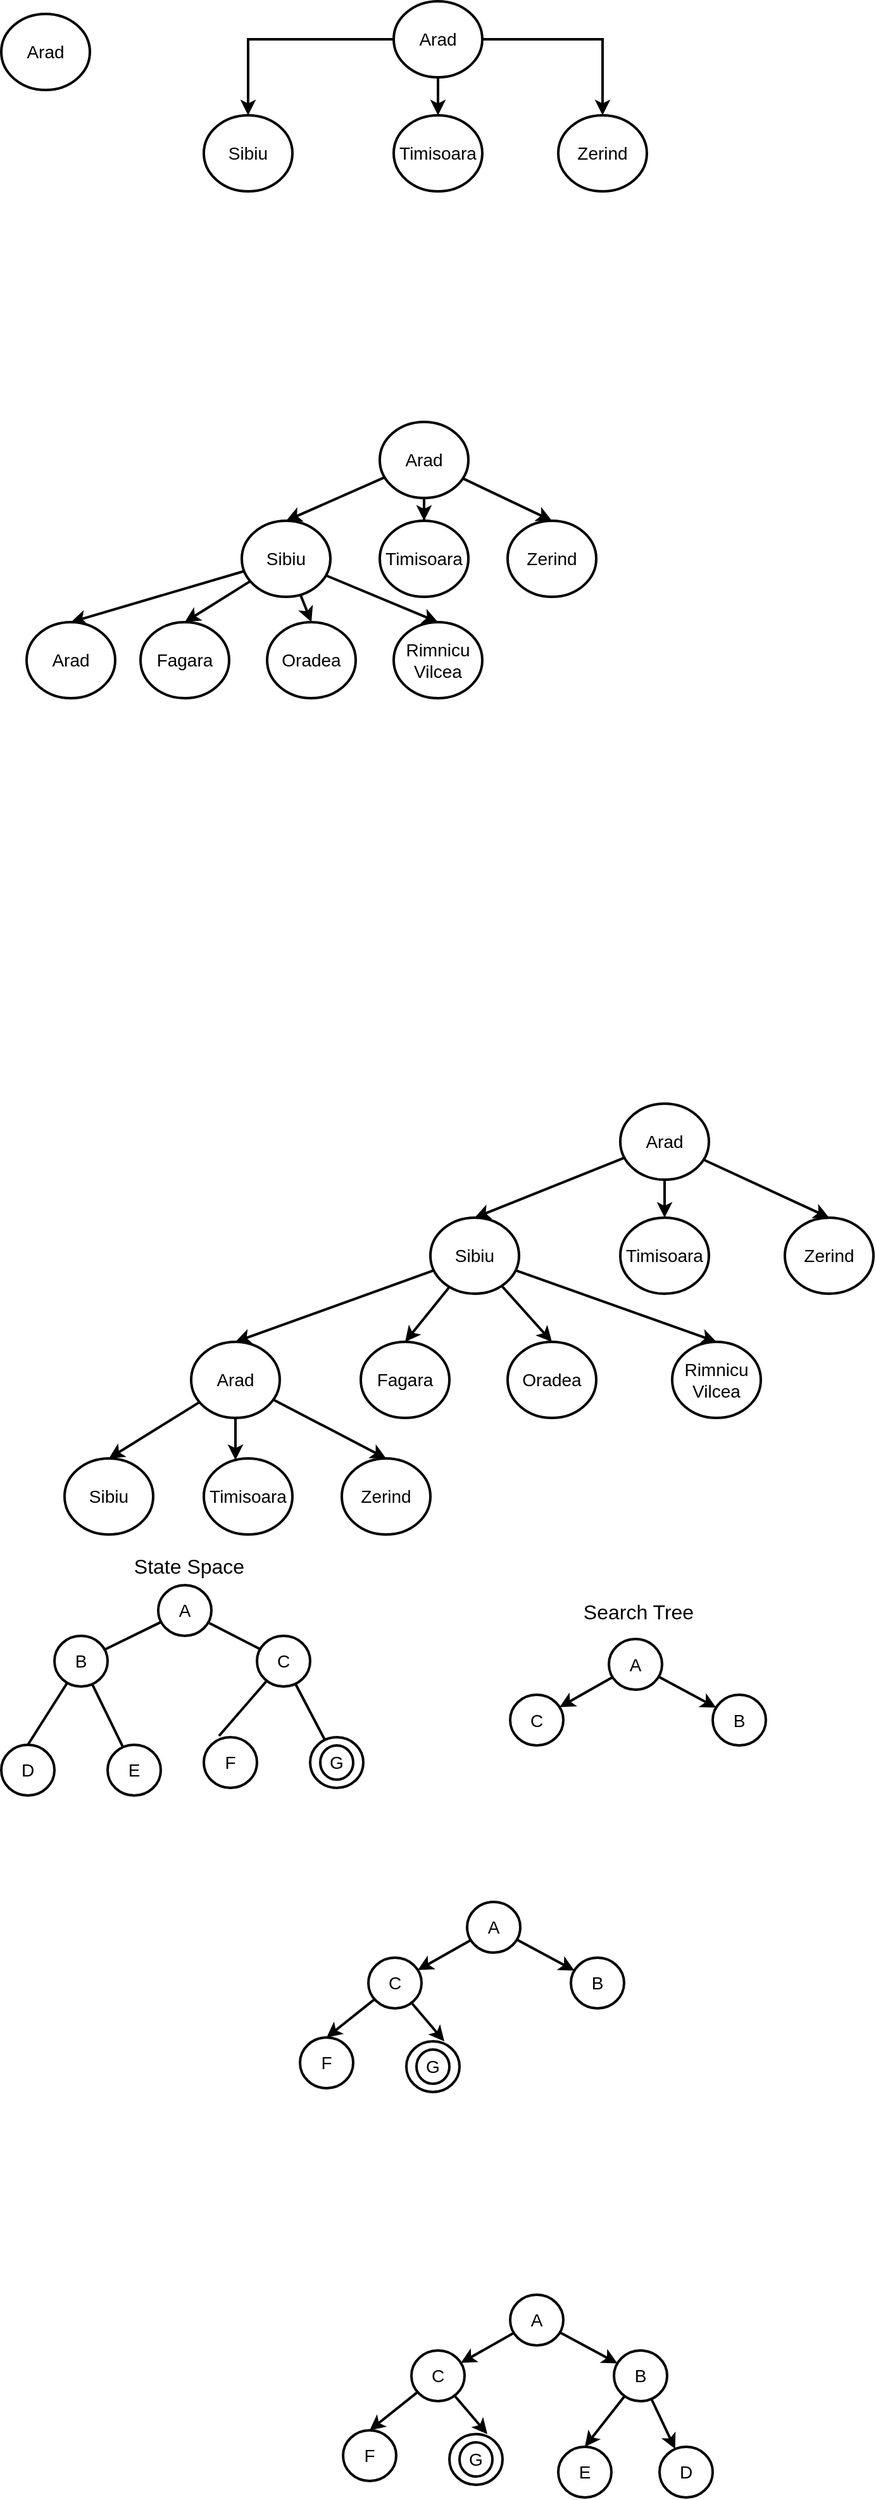
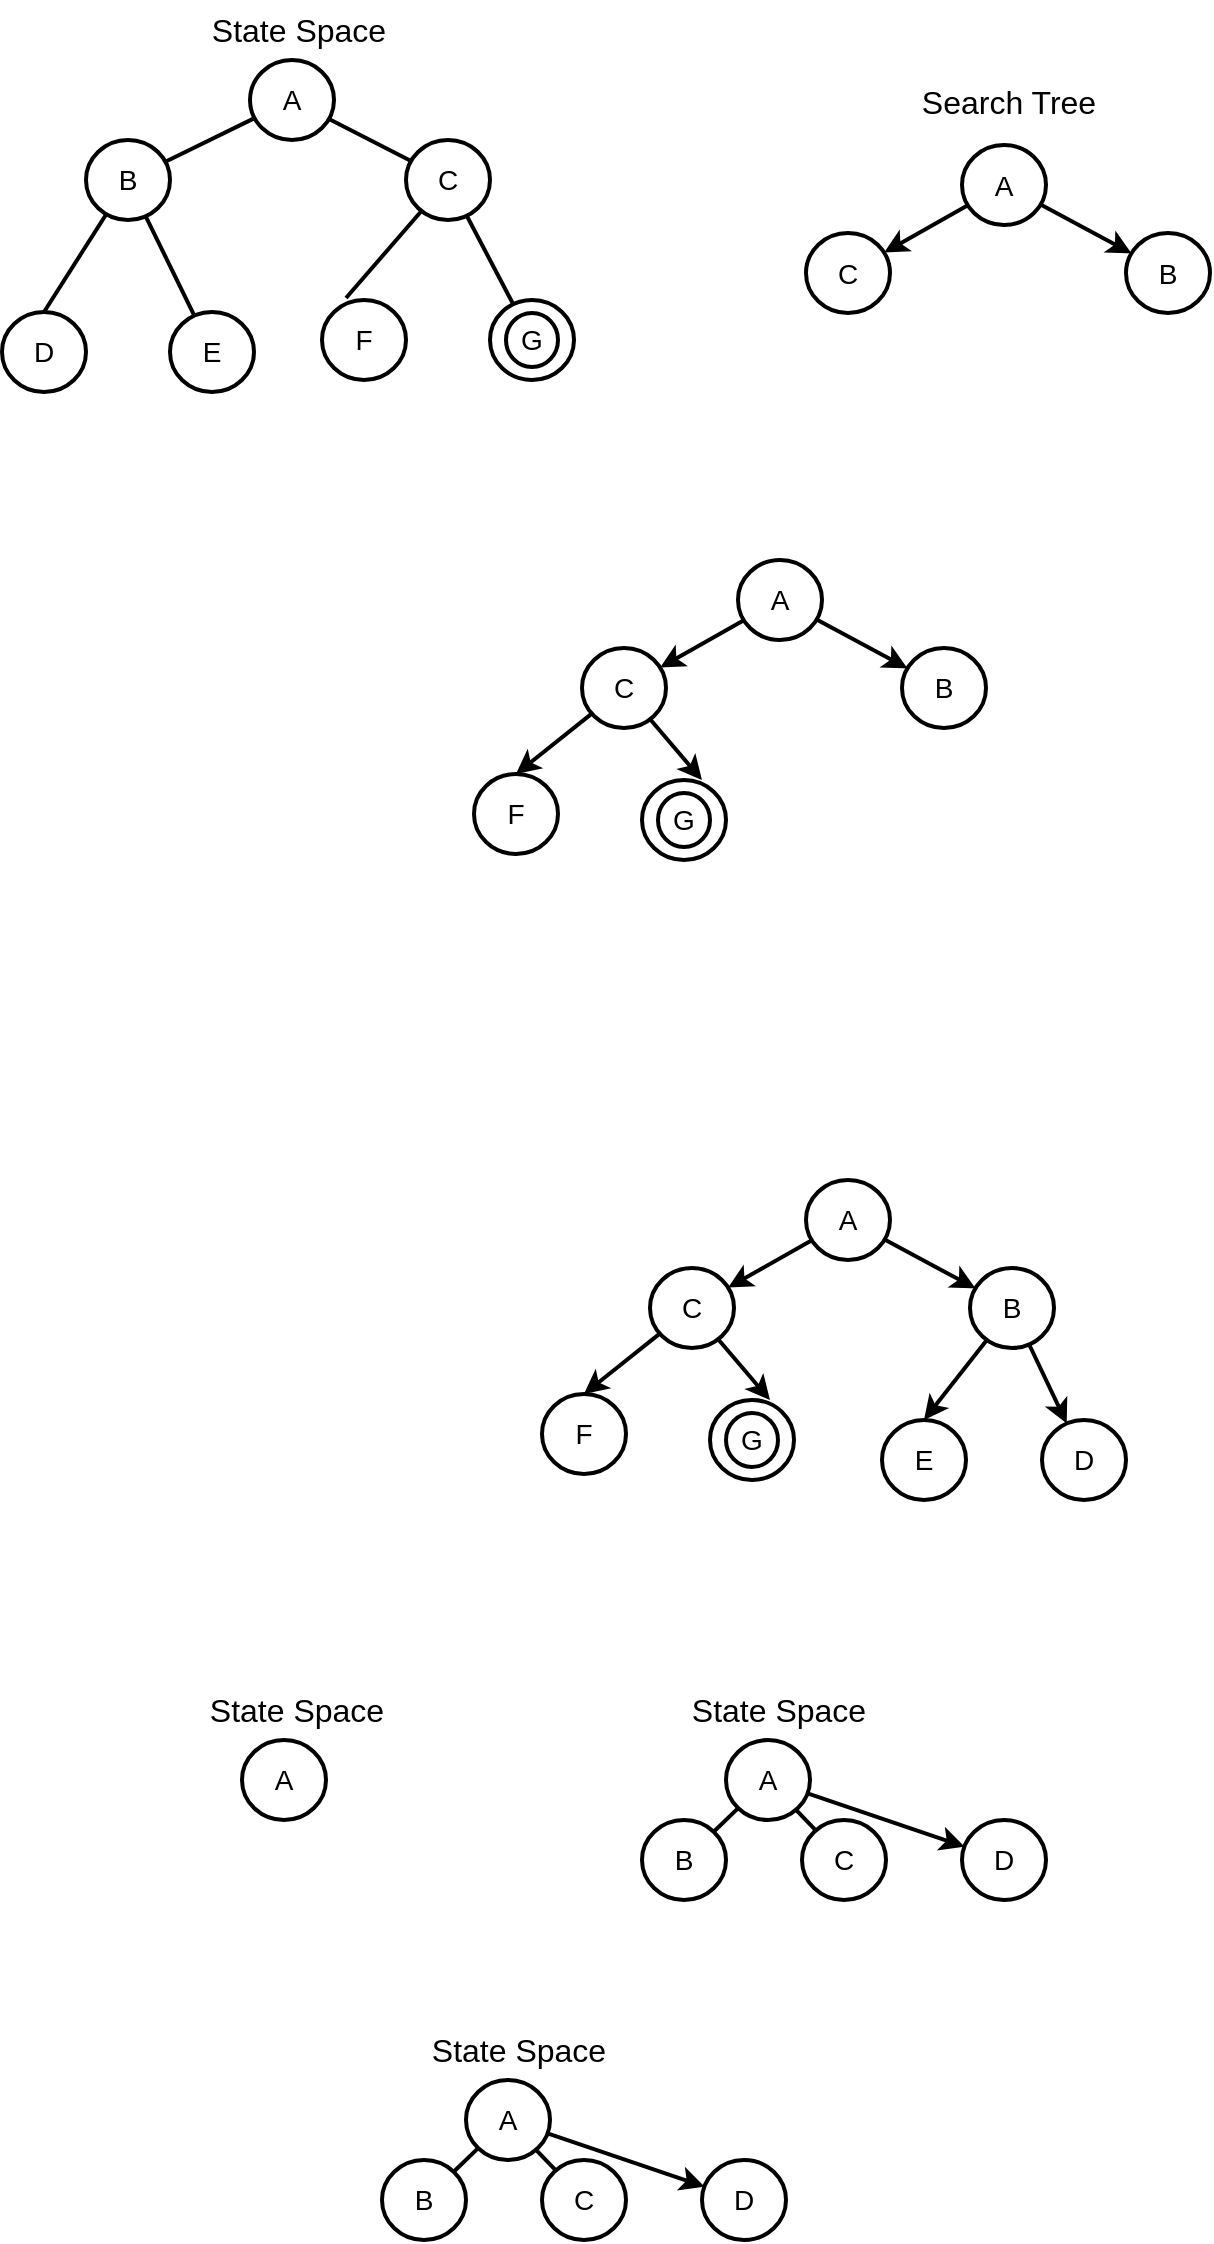
<mxfile host="app.diagrams.net">
  <diagram name="Page-1" id="BSzVWueWxRZ0f2yqvMc-">
-     <mxGraphModel dx="525" dy="281" grid="1" gridSize="10" guides="0" tooltips="1" connect="1" arrows="1" fold="1" page="1" pageScale="1" pageWidth="850" pageHeight="1100" math="0" shadow="0">
+     <mxGraphModel dx="525" dy="-819" grid="1" gridSize="10" guides="0" tooltips="1" connect="1" arrows="1" fold="1" page="1" pageScale="1" pageWidth="850" pageHeight="1100" math="0" shadow="0">
      <root>
        <mxCell id="0" />
        <mxCell id="1" parent="0" />
-         <mxCell id="DJkdPokyCSNuBn839fvl-1" parent="1" style="ellipse;whiteSpace=wrap;html=1;strokeWidth=2;fontSize=14;" value="Arad" vertex="1">
-           <mxGeometry height="60" width="70" x="80" y="40" as="geometry" />
-         </mxCell>
-         <mxCell id="DJkdPokyCSNuBn839fvl-6" edge="1" parent="1" source="DJkdPokyCSNuBn839fvl-2" style="edgeStyle=orthogonalEdgeStyle;rounded=0;orthogonalLoop=1;jettySize=auto;html=1;entryX=0.5;entryY=0;entryDx=0;entryDy=0;strokeWidth=2;" target="DJkdPokyCSNuBn839fvl-3">
-           <mxGeometry relative="1" as="geometry" />
-         </mxCell>
-         <mxCell id="DJkdPokyCSNuBn839fvl-7" edge="1" parent="1" source="DJkdPokyCSNuBn839fvl-2" style="edgeStyle=orthogonalEdgeStyle;rounded=0;orthogonalLoop=1;jettySize=auto;html=1;strokeWidth=2;" target="DJkdPokyCSNuBn839fvl-4" value="">
-           <mxGeometry relative="1" as="geometry" />
-         </mxCell>
-         <mxCell id="DJkdPokyCSNuBn839fvl-8" edge="1" parent="1" source="DJkdPokyCSNuBn839fvl-2" style="edgeStyle=orthogonalEdgeStyle;rounded=0;orthogonalLoop=1;jettySize=auto;html=1;entryX=0.5;entryY=0;entryDx=0;entryDy=0;strokeWidth=2;" target="DJkdPokyCSNuBn839fvl-5">
-           <mxGeometry relative="1" as="geometry" />
-         </mxCell>
-         <mxCell id="DJkdPokyCSNuBn839fvl-2" parent="1" style="ellipse;whiteSpace=wrap;html=1;strokeWidth=2;fontSize=14;" value="Arad" vertex="1">
-           <mxGeometry height="60" width="70" x="390" y="30" as="geometry" />
-         </mxCell>
-         <mxCell id="DJkdPokyCSNuBn839fvl-3" parent="1" style="ellipse;whiteSpace=wrap;html=1;strokeWidth=2;fontSize=14;" value="Sibiu" vertex="1">
-           <mxGeometry height="60" width="70" x="240" y="120" as="geometry" />
-         </mxCell>
-         <mxCell id="DJkdPokyCSNuBn839fvl-4" parent="1" style="ellipse;whiteSpace=wrap;html=1;strokeWidth=2;fontSize=14;" value="Timisoara" vertex="1">
-           <mxGeometry height="60" width="70" x="390" y="120" as="geometry" />
-         </mxCell>
-         <mxCell id="DJkdPokyCSNuBn839fvl-5" parent="1" style="ellipse;whiteSpace=wrap;html=1;strokeWidth=2;fontSize=14;" value="Zerind" vertex="1">
-           <mxGeometry height="60" width="70" x="520" y="120" as="geometry" />
-         </mxCell>
-         <mxCell id="DJkdPokyCSNuBn839fvl-9" edge="1" parent="1" source="DJkdPokyCSNuBn839fvl-12" style="rounded=0;orthogonalLoop=1;jettySize=auto;html=1;entryX=0.5;entryY=0;entryDx=0;entryDy=0;strokeWidth=2;" target="DJkdPokyCSNuBn839fvl-13">
-           <mxGeometry relative="1" as="geometry" />
-         </mxCell>
-         <mxCell id="DJkdPokyCSNuBn839fvl-10" edge="1" parent="1" source="DJkdPokyCSNuBn839fvl-12" style="edgeStyle=orthogonalEdgeStyle;rounded=0;orthogonalLoop=1;jettySize=auto;html=1;strokeWidth=2;" target="DJkdPokyCSNuBn839fvl-14" value="">
-           <mxGeometry relative="1" as="geometry" />
-         </mxCell>
-         <mxCell id="DJkdPokyCSNuBn839fvl-11" edge="1" parent="1" source="DJkdPokyCSNuBn839fvl-12" style="rounded=0;orthogonalLoop=1;jettySize=auto;html=1;entryX=0.5;entryY=0;entryDx=0;entryDy=0;strokeWidth=2;" target="DJkdPokyCSNuBn839fvl-15">
-           <mxGeometry relative="1" as="geometry" />
-         </mxCell>
-         <mxCell id="DJkdPokyCSNuBn839fvl-12" parent="1" style="ellipse;whiteSpace=wrap;html=1;strokeWidth=2;fontSize=14;" value="Arad" vertex="1">
-           <mxGeometry height="60" width="70" x="379" y="362" as="geometry" />
-         </mxCell>
-         <mxCell id="DJkdPokyCSNuBn839fvl-20" edge="1" parent="1" source="DJkdPokyCSNuBn839fvl-13" style="rounded=0;orthogonalLoop=1;jettySize=auto;html=1;entryX=0.5;entryY=0;entryDx=0;entryDy=0;strokeWidth=2;" target="DJkdPokyCSNuBn839fvl-16">
-           <mxGeometry relative="1" as="geometry" />
-         </mxCell>
-         <mxCell id="DJkdPokyCSNuBn839fvl-22" edge="1" parent="1" source="DJkdPokyCSNuBn839fvl-13" style="rounded=0;orthogonalLoop=1;jettySize=auto;html=1;entryX=0.5;entryY=0;entryDx=0;entryDy=0;strokeWidth=2;" target="DJkdPokyCSNuBn839fvl-17">
-           <mxGeometry relative="1" as="geometry" />
-         </mxCell>
-         <mxCell id="DJkdPokyCSNuBn839fvl-25" edge="1" parent="1" source="DJkdPokyCSNuBn839fvl-13" style="rounded=0;orthogonalLoop=1;jettySize=auto;html=1;entryX=0.5;entryY=0;entryDx=0;entryDy=0;strokeWidth=2;" target="DJkdPokyCSNuBn839fvl-19">
-           <mxGeometry relative="1" as="geometry" />
-         </mxCell>
-         <mxCell id="DJkdPokyCSNuBn839fvl-26" edge="1" parent="1" source="DJkdPokyCSNuBn839fvl-13" style="rounded=0;orthogonalLoop=1;jettySize=auto;html=1;entryX=0.5;entryY=0;entryDx=0;entryDy=0;strokeWidth=2;" target="DJkdPokyCSNuBn839fvl-18">
-           <mxGeometry relative="1" as="geometry" />
-         </mxCell>
-         <mxCell id="DJkdPokyCSNuBn839fvl-13" parent="1" style="ellipse;whiteSpace=wrap;html=1;strokeWidth=2;fontSize=14;" value="Sibiu" vertex="1">
-           <mxGeometry height="60" width="70" x="270" y="440" as="geometry" />
-         </mxCell>
-         <mxCell id="DJkdPokyCSNuBn839fvl-14" parent="1" style="ellipse;whiteSpace=wrap;html=1;strokeWidth=2;fontSize=14;" value="Timisoara" vertex="1">
-           <mxGeometry height="60" width="70" x="379" y="440" as="geometry" />
-         </mxCell>
-         <mxCell id="DJkdPokyCSNuBn839fvl-15" parent="1" style="ellipse;whiteSpace=wrap;html=1;strokeWidth=2;fontSize=14;" value="Zerind" vertex="1">
-           <mxGeometry height="60" width="70" x="480" y="440" as="geometry" />
-         </mxCell>
-         <mxCell id="DJkdPokyCSNuBn839fvl-16" parent="1" style="ellipse;whiteSpace=wrap;html=1;strokeWidth=2;fontSize=14;" value="Arad" vertex="1">
-           <mxGeometry height="60" width="70" x="100" y="520" as="geometry" />
-         </mxCell>
-         <mxCell id="DJkdPokyCSNuBn839fvl-17" parent="1" style="ellipse;whiteSpace=wrap;html=1;strokeWidth=2;fontSize=14;" value="Fagara" vertex="1">
-           <mxGeometry height="60" width="70" x="190" y="520" as="geometry" />
-         </mxCell>
-         <mxCell id="DJkdPokyCSNuBn839fvl-18" parent="1" style="ellipse;whiteSpace=wrap;html=1;strokeWidth=2;fontSize=14;" value="Oradea" vertex="1">
-           <mxGeometry height="60" width="70" x="290" y="520" as="geometry" />
-         </mxCell>
-         <mxCell id="DJkdPokyCSNuBn839fvl-19" parent="1" style="ellipse;whiteSpace=wrap;html=1;strokeWidth=2;fontSize=14;" value="Rimnicu Vilcea" vertex="1">
-           <mxGeometry height="60" width="70" x="390" y="520" as="geometry" />
-         </mxCell>
-         <mxCell id="DJkdPokyCSNuBn839fvl-27" edge="1" parent="1" source="DJkdPokyCSNuBn839fvl-30" style="rounded=0;orthogonalLoop=1;jettySize=auto;html=1;entryX=0.5;entryY=0;entryDx=0;entryDy=0;strokeWidth=2;" target="DJkdPokyCSNuBn839fvl-35">
-           <mxGeometry relative="1" as="geometry" />
-         </mxCell>
-         <mxCell id="DJkdPokyCSNuBn839fvl-28" edge="1" parent="1" source="DJkdPokyCSNuBn839fvl-30" style="edgeStyle=orthogonalEdgeStyle;rounded=0;orthogonalLoop=1;jettySize=auto;html=1;strokeWidth=2;" target="DJkdPokyCSNuBn839fvl-36" value="">
-           <mxGeometry relative="1" as="geometry" />
-         </mxCell>
-         <mxCell id="DJkdPokyCSNuBn839fvl-29" edge="1" parent="1" source="DJkdPokyCSNuBn839fvl-30" style="rounded=0;orthogonalLoop=1;jettySize=auto;html=1;entryX=0.5;entryY=0;entryDx=0;entryDy=0;strokeWidth=2;" target="DJkdPokyCSNuBn839fvl-37">
-           <mxGeometry relative="1" as="geometry" />
-         </mxCell>
-         <mxCell id="DJkdPokyCSNuBn839fvl-30" parent="1" style="ellipse;whiteSpace=wrap;html=1;strokeWidth=2;fontSize=14;" value="Arad" vertex="1">
-           <mxGeometry height="60" width="70" x="569" y="900" as="geometry" />
-         </mxCell>
-         <mxCell id="DJkdPokyCSNuBn839fvl-31" edge="1" parent="1" source="DJkdPokyCSNuBn839fvl-35" style="rounded=0;orthogonalLoop=1;jettySize=auto;html=1;entryX=0.5;entryY=0;entryDx=0;entryDy=0;strokeWidth=2;" target="DJkdPokyCSNuBn839fvl-38">
-           <mxGeometry relative="1" as="geometry" />
-         </mxCell>
-         <mxCell id="DJkdPokyCSNuBn839fvl-32" edge="1" parent="1" source="DJkdPokyCSNuBn839fvl-35" style="rounded=0;orthogonalLoop=1;jettySize=auto;html=1;entryX=0.5;entryY=0;entryDx=0;entryDy=0;strokeWidth=2;" target="DJkdPokyCSNuBn839fvl-39">
-           <mxGeometry relative="1" as="geometry" />
-         </mxCell>
-         <mxCell id="DJkdPokyCSNuBn839fvl-33" edge="1" parent="1" source="DJkdPokyCSNuBn839fvl-35" style="rounded=0;orthogonalLoop=1;jettySize=auto;html=1;entryX=0.5;entryY=0;entryDx=0;entryDy=0;strokeWidth=2;" target="DJkdPokyCSNuBn839fvl-41">
-           <mxGeometry relative="1" as="geometry" />
-         </mxCell>
-         <mxCell id="DJkdPokyCSNuBn839fvl-34" edge="1" parent="1" source="DJkdPokyCSNuBn839fvl-35" style="rounded=0;orthogonalLoop=1;jettySize=auto;html=1;entryX=0.5;entryY=0;entryDx=0;entryDy=0;strokeWidth=2;" target="DJkdPokyCSNuBn839fvl-40">
-           <mxGeometry relative="1" as="geometry" />
-         </mxCell>
-         <mxCell id="DJkdPokyCSNuBn839fvl-35" parent="1" style="ellipse;whiteSpace=wrap;html=1;strokeWidth=2;fontSize=14;" value="Sibiu" vertex="1">
-           <mxGeometry height="60" width="70" x="419" y="990" as="geometry" />
-         </mxCell>
-         <mxCell id="DJkdPokyCSNuBn839fvl-36" parent="1" style="ellipse;whiteSpace=wrap;html=1;strokeWidth=2;fontSize=14;" value="Timisoara" vertex="1">
-           <mxGeometry height="60" width="70" x="569" y="990" as="geometry" />
-         </mxCell>
-         <mxCell id="DJkdPokyCSNuBn839fvl-37" parent="1" style="ellipse;whiteSpace=wrap;html=1;strokeWidth=2;fontSize=14;" value="Zerind" vertex="1">
-           <mxGeometry height="60" width="70" x="699" y="990" as="geometry" />
-         </mxCell>
-         <mxCell id="DJkdPokyCSNuBn839fvl-45" edge="1" parent="1" source="DJkdPokyCSNuBn839fvl-38" style="rounded=0;orthogonalLoop=1;jettySize=auto;html=1;entryX=0.5;entryY=0;entryDx=0;entryDy=0;strokeWidth=2;" target="DJkdPokyCSNuBn839fvl-42">
-           <mxGeometry relative="1" as="geometry" />
-         </mxCell>
-         <mxCell id="DJkdPokyCSNuBn839fvl-46" edge="1" parent="1" source="DJkdPokyCSNuBn839fvl-38" style="edgeStyle=orthogonalEdgeStyle;rounded=0;orthogonalLoop=1;jettySize=auto;html=1;strokeWidth=2;" target="DJkdPokyCSNuBn839fvl-43" value="">
-           <mxGeometry relative="1" as="geometry">
-             <Array as="points">
-               <mxPoint x="265" y="1190" />
-               <mxPoint x="265" y="1190" />
-             </Array>
-           </mxGeometry>
-         </mxCell>
-         <mxCell id="DJkdPokyCSNuBn839fvl-47" edge="1" parent="1" source="DJkdPokyCSNuBn839fvl-38" style="rounded=0;orthogonalLoop=1;jettySize=auto;html=1;entryX=0.5;entryY=0;entryDx=0;entryDy=0;strokeWidth=2;" target="DJkdPokyCSNuBn839fvl-44">
-           <mxGeometry relative="1" as="geometry" />
-         </mxCell>
-         <mxCell id="DJkdPokyCSNuBn839fvl-38" parent="1" style="ellipse;whiteSpace=wrap;html=1;strokeWidth=2;fontSize=14;" value="Arad" vertex="1">
-           <mxGeometry height="60" width="70" x="230" y="1088" as="geometry" />
-         </mxCell>
-         <mxCell id="DJkdPokyCSNuBn839fvl-39" parent="1" style="ellipse;whiteSpace=wrap;html=1;strokeWidth=2;fontSize=14;" value="Fagara" vertex="1">
-           <mxGeometry height="60" width="70" x="364" y="1088" as="geometry" />
-         </mxCell>
-         <mxCell id="DJkdPokyCSNuBn839fvl-40" parent="1" style="ellipse;whiteSpace=wrap;html=1;strokeWidth=2;fontSize=14;" value="Oradea" vertex="1">
-           <mxGeometry height="60" width="70" x="480" y="1088" as="geometry" />
-         </mxCell>
-         <mxCell id="DJkdPokyCSNuBn839fvl-41" parent="1" style="ellipse;whiteSpace=wrap;html=1;strokeWidth=2;fontSize=14;" value="Rimnicu Vilcea" vertex="1">
-           <mxGeometry height="60" width="70" x="610" y="1088" as="geometry" />
-         </mxCell>
-         <mxCell id="DJkdPokyCSNuBn839fvl-42" parent="1" style="ellipse;whiteSpace=wrap;html=1;strokeWidth=2;fontSize=14;" value="Sibiu" vertex="1">
-           <mxGeometry height="60" width="70" x="130" y="1180" as="geometry" />
-         </mxCell>
-         <mxCell id="DJkdPokyCSNuBn839fvl-43" parent="1" style="ellipse;whiteSpace=wrap;html=1;strokeWidth=2;fontSize=14;" value="Timisoara" vertex="1">
-           <mxGeometry height="60" width="70" x="240" y="1180" as="geometry" />
-         </mxCell>
-         <mxCell id="DJkdPokyCSNuBn839fvl-44" parent="1" style="ellipse;whiteSpace=wrap;html=1;strokeWidth=2;fontSize=14;" value="Zerind" vertex="1">
-           <mxGeometry height="60" width="70" x="349" y="1180" as="geometry" />
-         </mxCell>
        <mxCell id="3aDSpglnKRdrbF7ndWlJ-9" edge="1" parent="1" source="3aDSpglnKRdrbF7ndWlJ-1" style="rounded=0;orthogonalLoop=1;jettySize=auto;html=1;strokeWidth=2;endArrow=none;endFill=0;" target="3aDSpglnKRdrbF7ndWlJ-2" value="">
          <mxGeometry relative="1" as="geometry" />
        </mxCell>
        <mxCell id="3aDSpglnKRdrbF7ndWlJ-10" edge="1" parent="1" source="3aDSpglnKRdrbF7ndWlJ-1" style="rounded=0;orthogonalLoop=1;jettySize=auto;html=1;strokeWidth=2;endArrow=none;endFill=0;" target="3aDSpglnKRdrbF7ndWlJ-3" value="">
          <mxGeometry relative="1" as="geometry" />
        </mxCell>
        <mxCell id="3aDSpglnKRdrbF7ndWlJ-1" parent="1" style="ellipse;whiteSpace=wrap;html=1;strokeWidth=2;fontSize=14;" value="A" vertex="1">
          <mxGeometry height="40" width="42" x="204" y="1280" as="geometry" />
        </mxCell>
        <mxCell id="3aDSpglnKRdrbF7ndWlJ-11" edge="1" parent="1" source="3aDSpglnKRdrbF7ndWlJ-2" style="rounded=0;orthogonalLoop=1;jettySize=auto;html=1;strokeWidth=2;endArrow=none;endFill=0;" target="3aDSpglnKRdrbF7ndWlJ-6" value="">
          <mxGeometry relative="1" as="geometry" />
        </mxCell>
        <mxCell id="3aDSpglnKRdrbF7ndWlJ-13" edge="1" parent="1" source="3aDSpglnKRdrbF7ndWlJ-2" style="rounded=0;orthogonalLoop=1;jettySize=auto;html=1;entryX=0.5;entryY=0;entryDx=0;entryDy=0;strokeWidth=2;endArrow=none;endFill=0;" target="3aDSpglnKRdrbF7ndWlJ-5">
          <mxGeometry relative="1" as="geometry" />
        </mxCell>
        <mxCell id="3aDSpglnKRdrbF7ndWlJ-2" parent="1" style="ellipse;whiteSpace=wrap;html=1;strokeWidth=2;fontSize=14;" value="B" vertex="1">
          <mxGeometry height="40" width="42" x="122" y="1320" as="geometry" />
        </mxCell>
        <mxCell id="3aDSpglnKRdrbF7ndWlJ-14" edge="1" parent="1" source="3aDSpglnKRdrbF7ndWlJ-3" style="rounded=0;orthogonalLoop=1;jettySize=auto;html=1;strokeWidth=2;endArrow=none;endFill=0;" target="3aDSpglnKRdrbF7ndWlJ-7" value="">
          <mxGeometry relative="1" as="geometry" />
        </mxCell>
        <mxCell id="3aDSpglnKRdrbF7ndWlJ-3" parent="1" style="ellipse;whiteSpace=wrap;html=1;strokeWidth=2;fontSize=14;" value="C" vertex="1">
          <mxGeometry height="40" width="42" x="282" y="1320" as="geometry" />
        </mxCell>
        <mxCell id="3aDSpglnKRdrbF7ndWlJ-4" parent="1" style="ellipse;whiteSpace=wrap;html=1;strokeWidth=2;fontSize=14;" value="F" vertex="1">
          <mxGeometry height="40" width="42" x="240" y="1400" as="geometry" />
        </mxCell>
        <mxCell id="3aDSpglnKRdrbF7ndWlJ-5" parent="1" style="ellipse;whiteSpace=wrap;html=1;strokeWidth=2;fontSize=14;" value="D" vertex="1">
          <mxGeometry height="40" width="42" x="80" y="1406" as="geometry" />
        </mxCell>
        <mxCell id="3aDSpglnKRdrbF7ndWlJ-6" parent="1" style="ellipse;whiteSpace=wrap;html=1;strokeWidth=2;fontSize=14;" value="E" vertex="1">
          <mxGeometry height="40" width="42" x="164" y="1406" as="geometry" />
        </mxCell>
        <mxCell id="3aDSpglnKRdrbF7ndWlJ-7" parent="1" style="ellipse;whiteSpace=wrap;html=1;strokeWidth=2;fontSize=14;" value="" vertex="1">
          <mxGeometry height="40" width="42" x="324" y="1400" as="geometry" />
        </mxCell>
        <mxCell id="3aDSpglnKRdrbF7ndWlJ-15" edge="1" parent="1" source="3aDSpglnKRdrbF7ndWlJ-3" style="rounded=0;orthogonalLoop=1;jettySize=auto;html=1;entryX=0.286;entryY=-0.025;entryDx=0;entryDy=0;entryPerimeter=0;strokeWidth=2;endArrow=none;endFill=0;" target="3aDSpglnKRdrbF7ndWlJ-4">
          <mxGeometry relative="1" as="geometry" />
        </mxCell>
        <mxCell id="3aDSpglnKRdrbF7ndWlJ-16" parent="1" style="text;html=1;whiteSpace=wrap;strokeColor=none;fillColor=none;align=center;verticalAlign=middle;rounded=0;fontSize=16;" value="State Space" vertex="1">
          <mxGeometry height="30" width="95" x="181" y="1250" as="geometry" />
        </mxCell>
        <mxCell id="3aDSpglnKRdrbF7ndWlJ-17" parent="1" style="ellipse;whiteSpace=wrap;html=1;strokeWidth=2;fontSize=14;" value="G" vertex="1">
          <mxGeometry height="27" width="26" x="332" y="1406.5" as="geometry" />
        </mxCell>
        <mxCell id="3aDSpglnKRdrbF7ndWlJ-22" edge="1" parent="1" source="3aDSpglnKRdrbF7ndWlJ-18" style="rounded=0;orthogonalLoop=1;jettySize=auto;html=1;strokeWidth=2;" target="3aDSpglnKRdrbF7ndWlJ-20" value="">
          <mxGeometry relative="1" as="geometry" />
        </mxCell>
        <mxCell id="3aDSpglnKRdrbF7ndWlJ-23" edge="1" parent="1" source="3aDSpglnKRdrbF7ndWlJ-18" style="rounded=0;orthogonalLoop=1;jettySize=auto;html=1;strokeWidth=2;" target="3aDSpglnKRdrbF7ndWlJ-21" value="">
          <mxGeometry relative="1" as="geometry" />
        </mxCell>
        <mxCell id="3aDSpglnKRdrbF7ndWlJ-18" parent="1" style="ellipse;whiteSpace=wrap;html=1;strokeWidth=2;fontSize=14;" value="A" vertex="1">
          <mxGeometry height="40" width="42" x="560" y="1322.5" as="geometry" />
        </mxCell>
        <mxCell id="3aDSpglnKRdrbF7ndWlJ-19" parent="1" style="text;html=1;whiteSpace=wrap;strokeColor=none;fillColor=none;align=center;verticalAlign=middle;rounded=0;fontSize=16;" value="Search Tree" vertex="1">
          <mxGeometry height="30" width="95" x="535.5" y="1285.5" as="geometry" />
        </mxCell>
        <mxCell id="3aDSpglnKRdrbF7ndWlJ-20" parent="1" style="ellipse;whiteSpace=wrap;html=1;strokeWidth=2;fontSize=14;" value="C" vertex="1">
          <mxGeometry height="40" width="42" x="482" y="1366.5" as="geometry" />
        </mxCell>
        <mxCell id="3aDSpglnKRdrbF7ndWlJ-21" parent="1" style="ellipse;whiteSpace=wrap;html=1;strokeWidth=2;fontSize=14;" value="B" vertex="1">
          <mxGeometry height="40" width="42" x="642" y="1366.5" as="geometry" />
        </mxCell>
        <mxCell id="leJ_CQFsEEDb8NTlPus--1" edge="1" parent="1" source="leJ_CQFsEEDb8NTlPus--3" style="rounded=0;orthogonalLoop=1;jettySize=auto;html=1;strokeWidth=2;" target="leJ_CQFsEEDb8NTlPus--4" value="">
          <mxGeometry relative="1" as="geometry" />
        </mxCell>
        <mxCell id="leJ_CQFsEEDb8NTlPus--2" edge="1" parent="1" source="leJ_CQFsEEDb8NTlPus--3" style="rounded=0;orthogonalLoop=1;jettySize=auto;html=1;strokeWidth=2;" target="leJ_CQFsEEDb8NTlPus--5" value="">
          <mxGeometry relative="1" as="geometry" />
        </mxCell>
        <mxCell id="leJ_CQFsEEDb8NTlPus--3" parent="1" style="ellipse;whiteSpace=wrap;html=1;strokeWidth=2;fontSize=14;" value="A" vertex="1">
          <mxGeometry height="40" width="42" x="448" y="1530" as="geometry" />
        </mxCell>
        <mxCell id="leJ_CQFsEEDb8NTlPus--9" edge="1" parent="1" source="leJ_CQFsEEDb8NTlPus--4" style="rounded=0;orthogonalLoop=1;jettySize=auto;html=1;entryX=0.5;entryY=0;entryDx=0;entryDy=0;strokeWidth=2;" target="leJ_CQFsEEDb8NTlPus--6">
          <mxGeometry relative="1" as="geometry" />
        </mxCell>
        <mxCell id="leJ_CQFsEEDb8NTlPus--4" parent="1" style="ellipse;whiteSpace=wrap;html=1;strokeWidth=2;fontSize=14;" value="C" vertex="1">
          <mxGeometry height="40" width="42" x="370" y="1574" as="geometry" />
        </mxCell>
        <mxCell id="leJ_CQFsEEDb8NTlPus--5" parent="1" style="ellipse;whiteSpace=wrap;html=1;strokeWidth=2;fontSize=14;" value="B" vertex="1">
          <mxGeometry height="40" width="42" x="530" y="1574" as="geometry" />
        </mxCell>
        <mxCell id="leJ_CQFsEEDb8NTlPus--6" parent="1" style="ellipse;whiteSpace=wrap;html=1;strokeWidth=2;fontSize=14;" value="F" vertex="1">
          <mxGeometry height="40" width="42" x="316" y="1637" as="geometry" />
        </mxCell>
        <mxCell id="leJ_CQFsEEDb8NTlPus--8" parent="1" style="ellipse;whiteSpace=wrap;html=1;strokeWidth=2;fontSize=14;" value="" vertex="1">
          <mxGeometry height="40" width="42" x="400" y="1640" as="geometry" />
        </mxCell>
        <mxCell id="leJ_CQFsEEDb8NTlPus--7" parent="1" style="ellipse;whiteSpace=wrap;html=1;strokeWidth=2;fontSize=14;" value="G" vertex="1">
          <mxGeometry height="27" width="26" x="408" y="1646.5" as="geometry" />
        </mxCell>
        <mxCell id="leJ_CQFsEEDb8NTlPus--10" edge="1" parent="1" source="leJ_CQFsEEDb8NTlPus--4" style="rounded=0;orthogonalLoop=1;jettySize=auto;html=1;entryX=0.714;entryY=0;entryDx=0;entryDy=0;entryPerimeter=0;strokeWidth=2;" target="leJ_CQFsEEDb8NTlPus--8">
          <mxGeometry relative="1" as="geometry" />
        </mxCell>
        <mxCell id="leJ_CQFsEEDb8NTlPus--11" edge="1" parent="1" source="leJ_CQFsEEDb8NTlPus--13" style="rounded=0;orthogonalLoop=1;jettySize=auto;html=1;strokeWidth=2;" target="leJ_CQFsEEDb8NTlPus--15" value="">
          <mxGeometry relative="1" as="geometry" />
        </mxCell>
        <mxCell id="leJ_CQFsEEDb8NTlPus--12" edge="1" parent="1" source="leJ_CQFsEEDb8NTlPus--13" style="rounded=0;orthogonalLoop=1;jettySize=auto;html=1;strokeWidth=2;" target="leJ_CQFsEEDb8NTlPus--16" value="">
          <mxGeometry relative="1" as="geometry" />
        </mxCell>
        <mxCell id="leJ_CQFsEEDb8NTlPus--13" parent="1" style="ellipse;whiteSpace=wrap;html=1;strokeWidth=2;fontSize=14;" value="A" vertex="1">
          <mxGeometry height="40" width="42" x="482" y="1840" as="geometry" />
        </mxCell>
        <mxCell id="leJ_CQFsEEDb8NTlPus--14" edge="1" parent="1" source="leJ_CQFsEEDb8NTlPus--15" style="rounded=0;orthogonalLoop=1;jettySize=auto;html=1;entryX=0.5;entryY=0;entryDx=0;entryDy=0;strokeWidth=2;" target="leJ_CQFsEEDb8NTlPus--17">
          <mxGeometry relative="1" as="geometry" />
        </mxCell>
        <mxCell id="leJ_CQFsEEDb8NTlPus--15" parent="1" style="ellipse;whiteSpace=wrap;html=1;strokeWidth=2;fontSize=14;" value="C" vertex="1">
          <mxGeometry height="40" width="42" x="404" y="1884" as="geometry" />
        </mxCell>
        <mxCell id="leJ_CQFsEEDb8NTlPus--23" edge="1" parent="1" source="leJ_CQFsEEDb8NTlPus--16" style="rounded=0;orthogonalLoop=1;jettySize=auto;html=1;strokeWidth=2;" target="leJ_CQFsEEDb8NTlPus--22" value="">
          <mxGeometry relative="1" as="geometry" />
        </mxCell>
        <mxCell id="leJ_CQFsEEDb8NTlPus--24" edge="1" parent="1" source="leJ_CQFsEEDb8NTlPus--16" style="rounded=0;orthogonalLoop=1;jettySize=auto;html=1;entryX=0.5;entryY=0;entryDx=0;entryDy=0;strokeWidth=2;" target="leJ_CQFsEEDb8NTlPus--21">
          <mxGeometry relative="1" as="geometry" />
        </mxCell>
        <mxCell id="leJ_CQFsEEDb8NTlPus--16" parent="1" style="ellipse;whiteSpace=wrap;html=1;strokeWidth=2;fontSize=14;" value="B" vertex="1">
          <mxGeometry height="40" width="42" x="564" y="1884" as="geometry" />
        </mxCell>
        <mxCell id="leJ_CQFsEEDb8NTlPus--17" parent="1" style="ellipse;whiteSpace=wrap;html=1;strokeWidth=2;fontSize=14;" value="F" vertex="1">
          <mxGeometry height="40" width="42" x="350" y="1947" as="geometry" />
        </mxCell>
        <mxCell id="leJ_CQFsEEDb8NTlPus--18" parent="1" style="ellipse;whiteSpace=wrap;html=1;strokeWidth=2;fontSize=14;" value="" vertex="1">
          <mxGeometry height="40" width="42" x="434" y="1950" as="geometry" />
        </mxCell>
        <mxCell id="leJ_CQFsEEDb8NTlPus--19" parent="1" style="ellipse;whiteSpace=wrap;html=1;strokeWidth=2;fontSize=14;" value="G" vertex="1">
          <mxGeometry height="27" width="26" x="442" y="1956.5" as="geometry" />
        </mxCell>
        <mxCell id="leJ_CQFsEEDb8NTlPus--20" edge="1" parent="1" source="leJ_CQFsEEDb8NTlPus--15" style="rounded=0;orthogonalLoop=1;jettySize=auto;html=1;entryX=0.714;entryY=0;entryDx=0;entryDy=0;entryPerimeter=0;strokeWidth=2;" target="leJ_CQFsEEDb8NTlPus--18">
          <mxGeometry relative="1" as="geometry" />
        </mxCell>
        <mxCell id="leJ_CQFsEEDb8NTlPus--21" parent="1" style="ellipse;whiteSpace=wrap;html=1;strokeWidth=2;fontSize=14;" value="E" vertex="1">
          <mxGeometry height="40" width="42" x="520" y="1960" as="geometry" />
        </mxCell>
        <mxCell id="leJ_CQFsEEDb8NTlPus--22" parent="1" style="ellipse;whiteSpace=wrap;html=1;strokeWidth=2;fontSize=14;" value="D" vertex="1">
          <mxGeometry height="40" width="42" x="600" y="1960" as="geometry" />
        </mxCell>
+         <mxCell id="leJ_CQFsEEDb8NTlPus--25" edge="1" parent="1" source="leJ_CQFsEEDb8NTlPus--27" style="rounded=0;orthogonalLoop=1;jettySize=auto;html=1;strokeWidth=2;endArrow=none;endFill=0;" target="leJ_CQFsEEDb8NTlPus--30" value="">
+           <mxGeometry relative="1" as="geometry" />
+         </mxCell>
+         <mxCell id="leJ_CQFsEEDb8NTlPus--26" edge="1" parent="1" source="leJ_CQFsEEDb8NTlPus--27" style="rounded=0;orthogonalLoop=1;jettySize=auto;html=1;strokeWidth=2;endArrow=none;endFill=0;" target="leJ_CQFsEEDb8NTlPus--32" value="">
+           <mxGeometry relative="1" as="geometry" />
+         </mxCell>
+         <mxCell id="leJ_CQFsEEDb8NTlPus--41" edge="1" parent="1" source="leJ_CQFsEEDb8NTlPus--27" style="rounded=0;orthogonalLoop=1;jettySize=auto;html=1;strokeWidth=2;" target="leJ_CQFsEEDb8NTlPus--40">
+           <mxGeometry relative="1" as="geometry" />
+         </mxCell>
+         <mxCell id="leJ_CQFsEEDb8NTlPus--27" parent="1" style="ellipse;whiteSpace=wrap;html=1;strokeWidth=2;fontSize=14;" value="A" vertex="1">
+           <mxGeometry height="40" width="42" x="442" y="2120" as="geometry" />
+         </mxCell>
+         <mxCell id="leJ_CQFsEEDb8NTlPus--30" parent="1" style="ellipse;whiteSpace=wrap;html=1;strokeWidth=2;fontSize=14;" value="B" vertex="1">
+           <mxGeometry height="40" width="42" x="400" y="2160" as="geometry" />
+         </mxCell>
+         <mxCell id="leJ_CQFsEEDb8NTlPus--32" parent="1" style="ellipse;whiteSpace=wrap;html=1;strokeWidth=2;fontSize=14;" value="C" vertex="1">
+           <mxGeometry height="40" width="42" x="480" y="2160" as="geometry" />
+         </mxCell>
+         <mxCell id="leJ_CQFsEEDb8NTlPus--38" parent="1" style="text;html=1;whiteSpace=wrap;strokeColor=none;fillColor=none;align=center;verticalAlign=middle;rounded=0;fontSize=16;" value="State Space" vertex="1">
+           <mxGeometry height="30" width="95" x="421" y="2090" as="geometry" />
+         </mxCell>
+         <mxCell id="leJ_CQFsEEDb8NTlPus--40" parent="1" style="ellipse;whiteSpace=wrap;html=1;strokeWidth=2;fontSize=14;" value="D" vertex="1">
+           <mxGeometry height="40" width="42" x="560" y="2160" as="geometry" />
+         </mxCell>
+         <mxCell id="leJ_CQFsEEDb8NTlPus--42" parent="1" style="ellipse;whiteSpace=wrap;html=1;strokeWidth=2;fontSize=14;" value="A" vertex="1">
+           <mxGeometry height="40" width="42" x="200" y="2120" as="geometry" />
+         </mxCell>
+         <mxCell id="leJ_CQFsEEDb8NTlPus--43" parent="1" style="text;html=1;whiteSpace=wrap;strokeColor=none;fillColor=none;align=center;verticalAlign=middle;rounded=0;fontSize=16;" value="State Space" vertex="1">
+           <mxGeometry height="30" width="95" x="180" y="2090" as="geometry" />
+         </mxCell>
+         <mxCell id="leJ_CQFsEEDb8NTlPus--44" edge="1" parent="1" source="leJ_CQFsEEDb8NTlPus--47" style="rounded=0;orthogonalLoop=1;jettySize=auto;html=1;strokeWidth=2;endArrow=none;endFill=0;" target="leJ_CQFsEEDb8NTlPus--48" value="">
+           <mxGeometry relative="1" as="geometry" />
+         </mxCell>
+         <mxCell id="leJ_CQFsEEDb8NTlPus--45" edge="1" parent="1" source="leJ_CQFsEEDb8NTlPus--47" style="rounded=0;orthogonalLoop=1;jettySize=auto;html=1;strokeWidth=2;endArrow=none;endFill=0;" target="leJ_CQFsEEDb8NTlPus--49" value="">
+           <mxGeometry relative="1" as="geometry" />
+         </mxCell>
+         <mxCell id="leJ_CQFsEEDb8NTlPus--46" edge="1" parent="1" source="leJ_CQFsEEDb8NTlPus--47" style="rounded=0;orthogonalLoop=1;jettySize=auto;html=1;strokeWidth=2;" target="leJ_CQFsEEDb8NTlPus--51">
+           <mxGeometry relative="1" as="geometry" />
+         </mxCell>
+         <mxCell id="leJ_CQFsEEDb8NTlPus--47" parent="1" style="ellipse;whiteSpace=wrap;html=1;strokeWidth=2;fontSize=14;" value="A" vertex="1">
+           <mxGeometry height="40" width="42" x="312" y="2290" as="geometry" />
+         </mxCell>
+         <mxCell id="leJ_CQFsEEDb8NTlPus--48" parent="1" style="ellipse;whiteSpace=wrap;html=1;strokeWidth=2;fontSize=14;" value="B" vertex="1">
+           <mxGeometry height="40" width="42" x="270" y="2330" as="geometry" />
+         </mxCell>
+         <mxCell id="leJ_CQFsEEDb8NTlPus--49" parent="1" style="ellipse;whiteSpace=wrap;html=1;strokeWidth=2;fontSize=14;" value="C" vertex="1">
+           <mxGeometry height="40" width="42" x="350" y="2330" as="geometry" />
+         </mxCell>
+         <mxCell id="leJ_CQFsEEDb8NTlPus--50" parent="1" style="text;html=1;whiteSpace=wrap;strokeColor=none;fillColor=none;align=center;verticalAlign=middle;rounded=0;fontSize=16;" value="State Space" vertex="1">
+           <mxGeometry height="30" width="95" x="291" y="2260" as="geometry" />
+         </mxCell>
+         <mxCell id="leJ_CQFsEEDb8NTlPus--51" parent="1" style="ellipse;whiteSpace=wrap;html=1;strokeWidth=2;fontSize=14;" value="D" vertex="1">
+           <mxGeometry height="40" width="42" x="430" y="2330" as="geometry" />
+         </mxCell>
      </root>
    </mxGraphModel>
  </diagram>
</mxfile>
